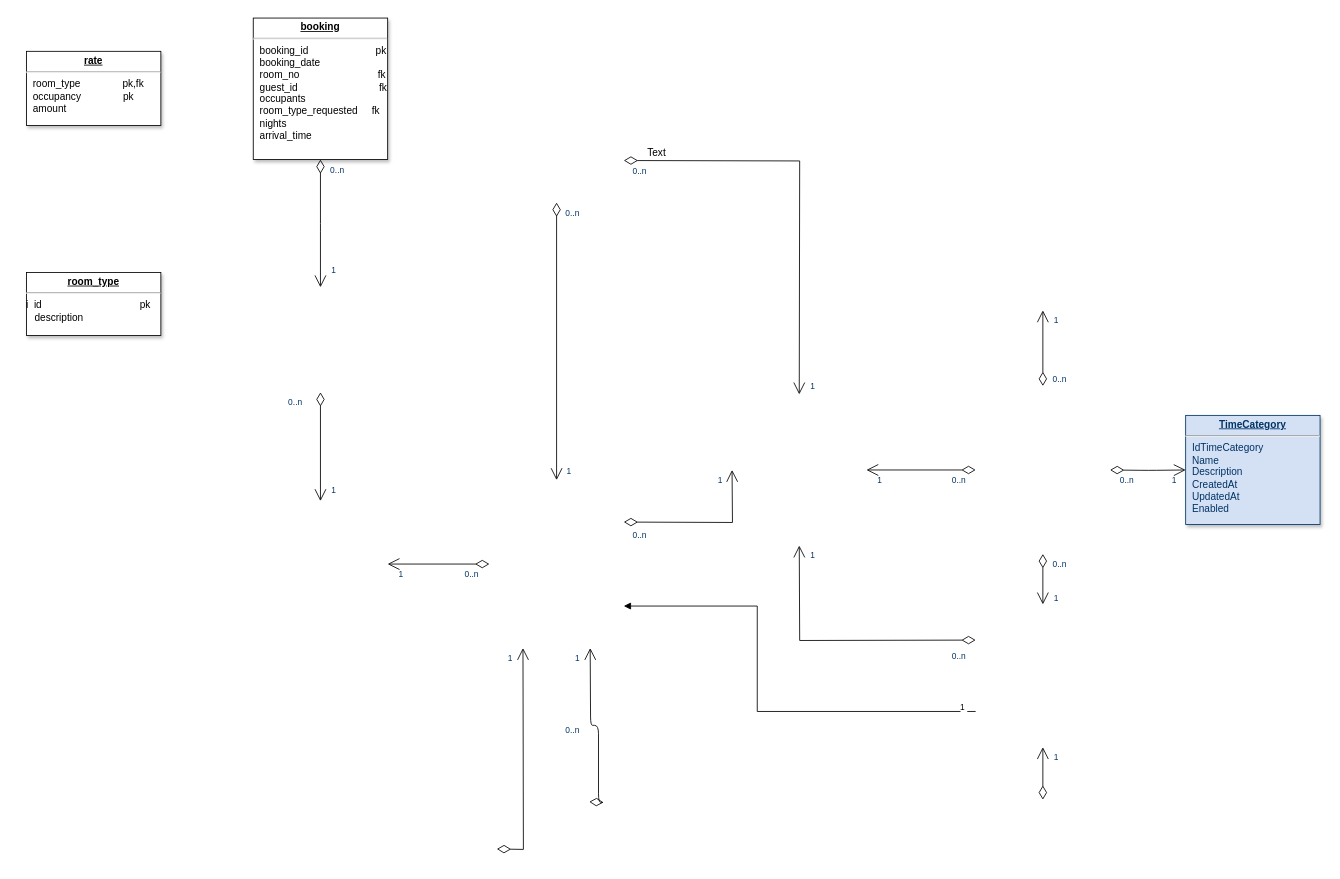
ISPaton/napierdataengineering keeps this draw.io diagram as assignment.drawio. Above is the earlier version. Source tidied: cells renumbered, new cells numbered last; positions are measured from the earlier drawing's top-left corner, leaving out a move shared by most shapes. Both pictures are drawn from the tidied source at 84%, with x=0, y=0 at pixel (26, 18).
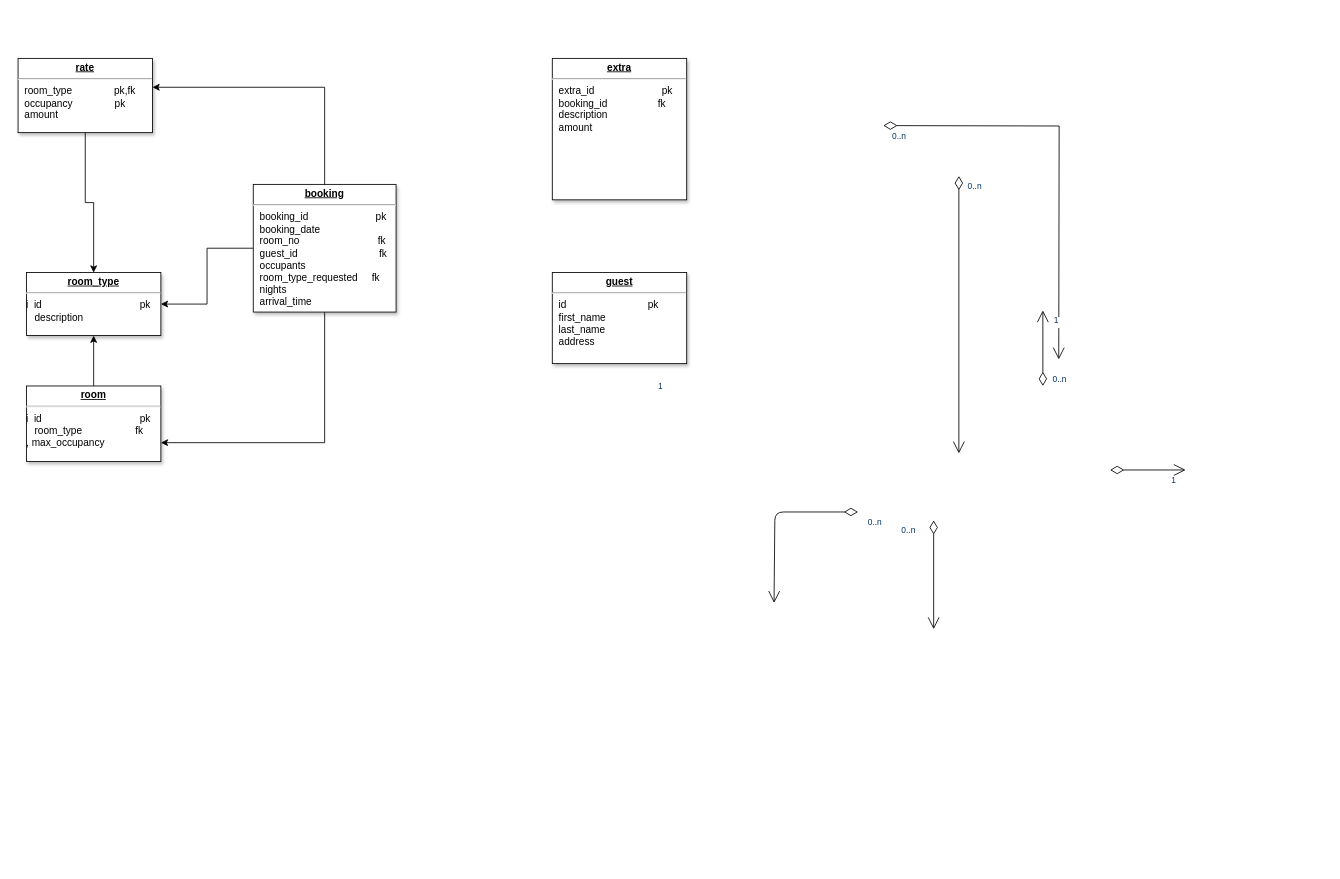
After the change.

Unchanged cells that the change refers to:
```xml
<mxCell id="3" value="&lt;p style=&quot;margin: 0px; margin-top: 4px; text-align: center; text-decoration: underline;&quot;&gt;&lt;strong&gt;room_type&lt;br&gt;&lt;/strong&gt;&lt;/p&gt;&lt;hr&gt;&lt;div&gt;i&amp;nbsp; id&amp;nbsp;&amp;nbsp;&amp;nbsp;&amp;nbsp;&amp;nbsp;&amp;nbsp;&amp;nbsp;&amp;nbsp;&amp;nbsp;&amp;nbsp;&amp;nbsp;&amp;nbsp;&amp;nbsp;&amp;nbsp;&amp;nbsp;&amp;nbsp;&amp;nbsp;&amp;nbsp;&amp;nbsp;&amp;nbsp;&amp;nbsp;&amp;nbsp;&amp;nbsp;&amp;nbsp;&amp;nbsp;&amp;nbsp;&amp;nbsp;&amp;nbsp;&amp;nbsp;&amp;nbsp;&amp;nbsp;&amp;nbsp;&amp;nbsp;&amp;nbsp; pk&lt;br&gt;&lt;/div&gt;&lt;div&gt;&amp;nbsp;&amp;nbsp; description&lt;br&gt;&lt;/div&gt;" style="verticalAlign=top;align=left;overflow=fill;fontSize=12;fontFamily=Helvetica;html=1;shadow=1;" parent="1" vertex="1">
  <mxGeometry y="303" width="160" height="75" as="geometry" />
</mxCell>
```

What changed in the source:
```diff
@@
+    <mxCell id="49" style="edgeStyle=orthogonalEdgeStyle;rounded=0;jettySize=auto;html=1;exitX=0.5;exitY=1;exitDx=0;exitDy=0;entryX=1;entryY=0.75;entryDx=0;entryDy=0;" parent="1" edge="1" source="2" target="53">
+      <mxGeometry relative="1" as="geometry" />
+    </mxCell>
+    <mxCell id="50" style="edgeStyle=orthogonalEdgeStyle;rounded=0;jettySize=auto;html=1;" parent="1" edge="1" source="2" target="3">
+      <mxGeometry relative="1" as="geometry" />
+    </mxCell>
     <mxCell id="2" value="&lt;p style=&quot;margin: 0px; margin-top: 4px; text-align: center; text-decoration: underline;&quot;&gt;&lt;strong&gt;booking&lt;/strong&gt;&lt;/p&gt;&lt;hr&gt;&lt;p style=&quot;margin: 0px; margin-left: 8px;&quot;&gt;booking_id&amp;nbsp;&amp;nbsp;&amp;nbsp;&amp;nbsp;&amp;nbsp;&amp;nbsp;&amp;nbsp;&amp;nbsp;&amp;nbsp;&amp;nbsp;&amp;nbsp; &amp;nbsp; &amp;nbsp; &amp;nbsp; &amp;nbsp; &amp;nbsp; &amp;nbsp; pk&lt;br&gt;booking_date&lt;br&gt;&lt;/p&gt;&lt;p style=&quot;margin: 0px; margin-left: 8px;&quot;&gt;room_no&amp;nbsp;&amp;nbsp;&amp;nbsp;&amp;nbsp;&amp;nbsp;&amp;nbsp;&amp;nbsp;&amp;nbsp;&amp;nbsp;&amp;nbsp; &amp;nbsp; &amp;nbsp; &amp;nbsp; &amp;nbsp; &amp;nbsp; &amp;nbsp;&amp;nbsp; &amp;nbsp;&amp;nbsp;&amp;nbsp; fk&lt;br&gt;&lt;/p&gt;&lt;p style=&quot;margin: 0px; margin-left: 8px;&quot;&gt;guest_id&amp;nbsp;&amp;nbsp;&amp;nbsp;&amp;nbsp;&amp;nbsp;&amp;nbsp;&amp;nbsp;&amp;nbsp;&amp;nbsp;&amp;nbsp;&amp;nbsp;&amp;nbsp;&amp;nbsp; &amp;nbsp; &amp;nbsp; &amp;nbsp; &amp;nbsp; &amp;nbsp; &amp;nbsp; &amp;nbsp;&amp;nbsp; fk&lt;br&gt;&lt;/p&gt;&lt;p style=&quot;margin: 0px; margin-left: 8px;&quot;&gt;occupants&lt;/p&gt;&lt;p style=&quot;margin: 0px; margin-left: 8px;&quot;&gt;room_type_requested&amp;nbsp;&amp;nbsp; &amp;nbsp; fk&lt;br&gt;&lt;/p&gt;&lt;p style=&quot;margin: 0px; margin-left: 8px;&quot;&gt;nights&lt;/p&gt;&lt;p style=&quot;margin: 0px; margin-left: 8px;&quot;&gt;arrival_time&lt;br&gt;&lt;/p&gt;" style="verticalAlign=top;align=left;overflow=fill;fontSize=12;fontFamily=Helvetica;html=1;shadow=1;" parent="1" vertex="1">
-      <mxGeometry x="270" width="160" height="168.4" as="geometry" />
+      <mxGeometry x="270" y="198" width="170" height="152" as="geometry" />
     </mxCell>
@@
+    <mxCell id="51" style="edgeStyle=orthogonalEdgeStyle;rounded=0;jettySize=auto;html=1;exitX=0.5;exitY=1;exitDx=0;exitDy=0;entryX=0.5;entryY=0;entryDx=0;entryDy=0;" parent="1" edge="1" source="4" target="3">
+      <mxGeometry relative="1" as="geometry" />
+    </mxCell>
     <mxCell id="4" value="&lt;p style=&quot;margin: 0px; margin-top: 4px; text-align: center; text-decoration: underline;&quot;&gt;&lt;strong&gt;rate&lt;br&gt;&lt;/strong&gt;&lt;/p&gt;&lt;hr&gt;&lt;p style=&quot;margin: 0px; margin-left: 8px;&quot;&gt;room_type&amp;nbsp;&amp;nbsp;&amp;nbsp;&amp;nbsp;&amp;nbsp;&amp;nbsp;&amp;nbsp;&amp;nbsp;&amp;nbsp;&amp;nbsp;&amp;nbsp;&amp;nbsp;&amp;nbsp;&amp;nbsp; pk,fk&lt;br&gt;&lt;/p&gt;&lt;p style=&quot;margin: 0px; margin-left: 8px;&quot;&gt;occupancy&amp;nbsp;&amp;nbsp;&amp;nbsp;&amp;nbsp;&amp;nbsp;&amp;nbsp;&amp;nbsp;&amp;nbsp;&amp;nbsp;&amp;nbsp;&amp;nbsp;&amp;nbsp;&amp;nbsp;&amp;nbsp; pk&lt;br&gt;&lt;/p&gt;&lt;p style=&quot;margin: 0px; margin-left: 8px;&quot;&gt;amount&amp;nbsp;&amp;nbsp;&amp;nbsp;&amp;nbsp;&amp;nbsp;&amp;nbsp;&amp;nbsp; &lt;span style=&quot;white-space: pre;&quot;&gt;&#9;&lt;/span&gt;&lt;/p&gt;" style="verticalAlign=top;align=left;overflow=fill;fontSize=12;fontFamily=Helvetica;html=1;shadow=1;" parent="1" vertex="1">
-      <mxGeometry y="39.6" width="160" height="88.4" as="geometry" />
+      <mxGeometry x="-10" y="48" width="160" height="88.4" as="geometry" />
     </mxCell>
-    <mxCell id="5" value="&lt;p style=&quot;margin: 0px; margin-top: 4px; text-align: center; text-decoration: underline;&quot;&gt;&lt;strong&gt;TimeCategory&lt;/strong&gt;&lt;/p&gt;&lt;hr /&gt;&lt;p style=&quot;margin: 0px; margin-left: 8px;&quot;&gt;IdTimeCategory&lt;/p&gt;&lt;p style=&quot;margin: 0px; margin-left: 8px;&quot;&gt;Name&lt;/p&gt;&lt;p style=&quot;margin: 0px; margin-left: 8px;&quot;&gt;Description&lt;/p&gt;&lt;p style=&quot;margin: 0px; margin-left: 8px;&quot;&gt;CreatedAt&lt;/p&gt;&lt;p style=&quot;margin: 0px; margin-left: 8px;&quot;&gt;UpdatedAt&lt;/p&gt;&lt;p style=&quot;margin: 0px; margin-left: 8px;&quot;&gt;Enabled&lt;/p&gt;" style="verticalAlign=top;align=left;overflow=fill;fontSize=12;fontFamily=Helvetica;html=1;strokeColor=#003366;shadow=1;fillColor=#D4E1F5;fontColor=#003366;" parent="1" vertex="1">
-      <mxGeometry x="1380" y="473" width="160" height="130" as="geometry" />
-    </mxCell>
-    <mxCell id="6" style="endArrow=open;endSize=12;startArrow=diamondThin;startSize=14;startFill=0;edgeStyle=orthogonalEdgeStyle;" parent="1" edge="1" source="2">
+    <mxCell id="6" style="endArrow=open;endSize=12;startArrow=diamondThin;startSize=14;startFill=0;edgeStyle=orthogonalEdgeStyle;" parent="1" edge="1">
       <mxGeometry y="160" as="geometry">
-        <mxPoint x="350" y="320.5" as="targetPoint" />
+        <mxPoint x="990" y="588" as="sourcePoint" />
+        <mxPoint x="890" y="696.3" as="targetPoint" />
+        <Array as="points">
+          <mxPoint x="891" y="587.8" />
+        </Array>
       </mxGeometry>
     </mxCell>
@@
-    <mxCell id="8" value="1" style="align=right;verticalAlign=top;labelBackgroundColor=#ffffff;fontSize=10;strokeColor=#003366;shadow=1;fillColor=#D4E1F5;fontColor=#003366;" parent="6" vertex="1">
-      <mxGeometry x="1" relative="1" as="geometry">
-        <mxPoint x="590" y="105" as="offset" />
-      </mxGeometry>
-    </mxCell>
     <mxCell id="9" style="endArrow=open;endSize=12;startArrow=diamondThin;startSize=14;startFill=0;edgeStyle=orthogonalEdgeStyle;rounded=0;" parent="1" edge="1">
       <mxGeometry x="519.4" y="180" as="geometry">
-        <mxPoint x="711.1" y="169.6" as="sourcePoint" />
-        <mxPoint x="920" y="448" as="targetPoint" />
+        <mxPoint x="1020" y="128" as="sourcePoint" />
+        <mxPoint x="1228.9" y="406.4" as="targetPoint" />
       </mxGeometry>
     </mxCell>
@@
     <mxCell id="11" value="1" style="align=right;verticalAlign=top;labelBackgroundColor=#ffffff;fontSize=10;strokeColor=#003366;shadow=1;fillColor=#D4E1F5;fontColor=#003366;" parent="9" vertex="1">
       <mxGeometry x="1" relative="1" as="geometry">
-        <mxPoint x="-550" y="-160" as="offset" />
+        <mxPoint x="-470" y="20" as="offset" />
       </mxGeometry>
     </mxCell>
-    <mxCell id="12" style="endArrow=open;endSize=12;startArrow=diamondThin;startSize=14;startFill=0;edgeStyle=orthogonalEdgeStyle;exitX=1;exitY=0.25;rounded=0;" parent="1" edge="1">
-      <mxGeometry x="769.4" y="450" as="geometry">
-        <mxPoint x="711.1" y="600" as="sourcePoint" />
-        <mxPoint x="840" y="538" as="targetPoint" />
-      </mxGeometry>
-    </mxCell>
-    <mxCell id="13" value="0..n" style="align=left;verticalAlign=top;labelBackgroundColor=#ffffff;fontSize=10;strokeColor=#003366;shadow=1;fillColor=#D4E1F5;fontColor=#003366;" parent="12" vertex="1">
-      <mxGeometry x="-1" relative="1" as="geometry">
-        <mxPoint x="8.9" y="3" as="offset" />
-      </mxGeometry>
-    </mxCell>
-    <mxCell id="14" value="1" style="align=right;verticalAlign=top;labelBackgroundColor=#ffffff;fontSize=10;strokeColor=#003366;shadow=1;fillColor=#D4E1F5;fontColor=#003366;" parent="12" vertex="1">
-      <mxGeometry x="1" relative="1" as="geometry">
-        <mxPoint x="-10" as="offset" />
-      </mxGeometry>
-    </mxCell>
     <mxCell id="15" style="endArrow=open;endSize=12;startArrow=diamondThin;startSize=14;startFill=0;edgeStyle=orthogonalEdgeStyle;" parent="1" edge="1">
       <mxGeometry x="389.4" y="350" as="geometry">
-        <mxPoint x="631.1" y="219.6" as="sourcePoint" />
-        <mxPoint x="631.1" y="550" as="targetPoint" />
+        <mxPoint x="1110" y="188" as="sourcePoint" />
+        <mxPoint x="1110" y="518.3" as="targetPoint" />
       </mxGeometry>
     </mxCell>
@@
-    <mxCell id="17" value="1" style="align=right;verticalAlign=top;labelBackgroundColor=#ffffff;fontSize=10;strokeColor=#003366;shadow=1;fillColor=#D4E1F5;fontColor=#003366;" parent="15" vertex="1">
-      <mxGeometry x="1" relative="1" as="geometry">
-        <mxPoint x="18.9" y="-22" as="offset" />
-      </mxGeometry>
-    </mxCell>
-    <mxCell id="18" style="endArrow=open;endSize=12;startArrow=diamondThin;startSize=14;startFill=0;edgeStyle=orthogonalEdgeStyle;exitX=0;exitY=0.25;rounded=0;" parent="1" edge="1">
-      <mxGeometry x="1209.4" y="170" as="geometry">
-        <mxPoint x="1130" y="740.5" as="sourcePoint" />
-        <mxPoint x="920" y="628" as="targetPoint" />
-      </mxGeometry>
-    </mxCell>
-    <mxCell id="19" value="0..n" style="align=left;verticalAlign=top;labelBackgroundColor=#ffffff;fontSize=10;strokeColor=#003366;shadow=1;fillColor=#D4E1F5;fontColor=#003366;" parent="18" vertex="1">
-      <mxGeometry x="-1" relative="1" as="geometry">
-        <mxPoint x="-30" y="7.5" as="offset" />
-      </mxGeometry>
-    </mxCell>
-    <mxCell id="20" value="1" style="align=right;verticalAlign=top;labelBackgroundColor=#ffffff;fontSize=10;strokeColor=#003366;shadow=1;fillColor=#D4E1F5;fontColor=#003366;" parent="18" vertex="1">
-      <mxGeometry x="1" relative="1" as="geometry">
-        <mxPoint x="20" as="offset" />
-      </mxGeometry>
-    </mxCell>
-    <mxCell id="21" style="endArrow=open;endSize=12;startArrow=diamondThin;startSize=14;startFill=0;edgeStyle=orthogonalEdgeStyle;" parent="1" edge="1">
-      <mxGeometry x="1269.4" y="180" as="geometry">
-        <mxPoint x="1210" y="638" as="sourcePoint" />
-        <mxPoint x="1210" y="698" as="targetPoint" />
-      </mxGeometry>
-    </mxCell>
-    <mxCell id="22" value="0..n" style="align=left;verticalAlign=top;labelBackgroundColor=#ffffff;fontSize=10;strokeColor=#003366;shadow=1;fillColor=#D4E1F5;fontColor=#003366;" parent="21" vertex="1">
-      <mxGeometry x="-1" relative="1" as="geometry">
-        <mxPoint x="10" as="offset" />
-      </mxGeometry>
-    </mxCell>
-    <mxCell id="23" value="1" style="align=right;verticalAlign=top;labelBackgroundColor=#ffffff;fontSize=10;strokeColor=#003366;shadow=1;fillColor=#D4E1F5;fontColor=#003366;" parent="21" vertex="1">
-      <mxGeometry x="1" relative="1" as="geometry">
-        <mxPoint x="20" y="-20" as="offset" />
-      </mxGeometry>
-    </mxCell>
-    <mxCell id="24" style="endArrow=open;endSize=12;startArrow=diamondThin;startSize=14;startFill=0;edgeStyle=orthogonalEdgeStyle;entryX=0.75;entryY=1;" parent="1" edge="1">
-      <mxGeometry x="479.4" y="790" as="geometry">
-        <mxPoint x="670" y="933" as="sourcePoint" />
-        <mxPoint x="671.1" y="750" as="targetPoint" />
-      </mxGeometry>
-    </mxCell>
-    <mxCell id="25" value="0..n" style="align=left;verticalAlign=top;labelBackgroundColor=#ffffff;fontSize=10;strokeColor=#003366;shadow=1;fillColor=#D4E1F5;fontColor=#003366;" parent="24" vertex="1">
-      <mxGeometry x="-1" relative="1" as="geometry">
-        <mxPoint x="-30" y="-97.5" as="offset" />
-      </mxGeometry>
-    </mxCell>
-    <mxCell id="26" value="1" style="align=right;verticalAlign=top;labelBackgroundColor=#ffffff;fontSize=10;strokeColor=#003366;shadow=1;fillColor=#D4E1F5;fontColor=#003366;" parent="24" vertex="1">
-      <mxGeometry x="1" relative="1" as="geometry">
-        <mxPoint x="-11.1" as="offset" />
-      </mxGeometry>
-    </mxCell>
-    <mxCell id="27" style="endArrow=open;endSize=12;startArrow=diamondThin;startSize=14;startFill=0;edgeStyle=orthogonalEdgeStyle;entryX=0.25;entryY=1;rounded=0;" parent="1" edge="1">
-      <mxGeometry x="419.4" y="820" as="geometry">
-        <mxPoint x="560" y="989.2" as="sourcePoint" />
-        <mxPoint x="591.1" y="750" as="targetPoint" />
-      </mxGeometry>
-    </mxCell>
-    <mxCell id="28" value="1" style="align=right;verticalAlign=top;labelBackgroundColor=#ffffff;fontSize=10;strokeColor=#003366;shadow=1;fillColor=#D4E1F5;fontColor=#003366;" parent="27" vertex="1">
-      <mxGeometry x="1" relative="1" as="geometry">
-        <mxPoint x="-11.1" as="offset" />
-      </mxGeometry>
-    </mxCell>
-    <mxCell id="29" style="endArrow=open;endSize=12;startArrow=diamondThin;startSize=14;startFill=0;edgeStyle=orthogonalEdgeStyle;" parent="1" edge="1">
-      <mxGeometry x="1079.4" y="560" as="geometry">
-        <mxPoint x="1210" y="930.5" as="sourcePoint" />
-        <mxPoint x="1210" y="868" as="targetPoint" />
-      </mxGeometry>
-    </mxCell>
-    <mxCell id="30" value="1" style="align=right;verticalAlign=top;labelBackgroundColor=#ffffff;fontSize=10;strokeColor=#003366;shadow=1;fillColor=#D4E1F5;fontColor=#003366;" parent="29" vertex="1">
-      <mxGeometry x="1" relative="1" as="geometry">
-        <mxPoint x="20" as="offset" />
-      </mxGeometry>
-    </mxCell>
-    <mxCell id="31" style="endArrow=open;endSize=12;startArrow=diamondThin;startSize=14;startFill=0;edgeStyle=orthogonalEdgeStyle;" parent="1" edge="1" target="5">
+    <mxCell id="31" style="endArrow=open;endSize=12;startArrow=diamondThin;startSize=14;startFill=0;edgeStyle=orthogonalEdgeStyle;" parent="1" edge="1">
       <mxGeometry x="1309.4" y="540" as="geometry">
         <mxPoint x="1290" y="538" as="sourcePoint" />
+        <mxPoint x="1380" y="538" as="targetPoint" />
       </mxGeometry>
     </mxCell>
-    <mxCell id="32" value="0..n" style="align=left;verticalAlign=top;labelBackgroundColor=#ffffff;fontSize=10;strokeColor=#003366;shadow=1;fillColor=#D4E1F5;fontColor=#003366;" parent="31" vertex="1">
-      <mxGeometry x="-1" relative="1" as="geometry">
-        <mxPoint x="10" as="offset" />
-      </mxGeometry>
-    </mxCell>
@@
-    <mxCell id="37" style="endArrow=open;endSize=12;startArrow=diamondThin;startSize=14;startFill=0;edgeStyle=orthogonalEdgeStyle;" parent="1" edge="1">
-      <mxGeometry x="1389.4" y="130" as="geometry">
-        <mxPoint x="1130" y="538" as="sourcePoint" />
-        <mxPoint x="1000" y="538" as="targetPoint" />
-      </mxGeometry>
-    </mxCell>
-    <mxCell id="38" value="0..n" style="align=left;verticalAlign=top;labelBackgroundColor=#ffffff;fontSize=10;strokeColor=#003366;shadow=1;fillColor=#D4E1F5;fontColor=#003366;" parent="37" vertex="1">
-      <mxGeometry x="-1" relative="1" as="geometry">
-        <mxPoint x="-30" as="offset" />
-      </mxGeometry>
-    </mxCell>
-    <mxCell id="39" value="1" style="align=right;verticalAlign=top;labelBackgroundColor=#ffffff;fontSize=10;strokeColor=#003366;shadow=1;fillColor=#D4E1F5;fontColor=#003366;" parent="37" vertex="1">
-      <mxGeometry x="1" relative="1" as="geometry">
-        <mxPoint x="20" as="offset" />
-      </mxGeometry>
-    </mxCell>
     <mxCell id="40" style="endArrow=open;endSize=12;startArrow=diamondThin;startSize=14;startFill=0;edgeStyle=orthogonalEdgeStyle;" parent="1" edge="1">
       <mxGeometry x="519.4" y="200" as="geometry">
-        <mxPoint x="350" y="445.5" as="sourcePoint" />
-        <mxPoint x="350" y="575" as="targetPoint" />
+        <mxPoint x="1080" y="598" as="sourcePoint" />
+        <mxPoint x="1080" y="727.5" as="targetPoint" />
       </mxGeometry>
     </mxCell>
@@
-    <mxCell id="42" value="1" style="align=right;verticalAlign=top;labelBackgroundColor=#ffffff;fontSize=10;strokeColor=#003366;shadow=1;fillColor=#D4E1F5;fontColor=#003366;" parent="40" vertex="1">
-      <mxGeometry x="1" relative="1" as="geometry">
-        <mxPoint x="20" y="-25" as="offset" />
-      </mxGeometry>
-    </mxCell>
-    <mxCell id="43" style="endArrow=open;endSize=12;startArrow=diamondThin;startSize=14;startFill=0;edgeStyle=orthogonalEdgeStyle;" parent="1" edge="1">
-      <mxGeometry x="369.4" y="360" as="geometry">
-        <mxPoint x="551.1" y="650" as="sourcePoint" />
-        <mxPoint x="430" y="650" as="targetPoint" />
-      </mxGeometry>
-    </mxCell>
-    <mxCell id="44" value="0..n" style="align=left;verticalAlign=top;labelBackgroundColor=#ffffff;fontSize=10;strokeColor=#003366;shadow=1;fillColor=#D4E1F5;fontColor=#003366;" parent="43" vertex="1">
-      <mxGeometry x="-1" relative="1" as="geometry">
-        <mxPoint x="-31.1" as="offset" />
-      </mxGeometry>
-    </mxCell>
-    <mxCell id="45" value="1" style="align=right;verticalAlign=top;labelBackgroundColor=#ffffff;fontSize=10;strokeColor=#003366;shadow=1;fillColor=#D4E1F5;fontColor=#003366;" parent="43" vertex="1">
-      <mxGeometry x="1" relative="1" as="geometry">
-        <mxPoint x="20" as="offset" />
-      </mxGeometry>
-    </mxCell>
-    <mxCell id="46" style="endArrow=block;endFill=1;edgeStyle=orthogonalEdgeStyle;align=left;verticalAlign=top;entryX=1;entryY=0.75;exitX=0;exitY=0.75;rounded=0;" parent="1" edge="1">
-      <mxGeometry x="-1" relative="1" as="geometry">
-        <mxPoint x="1130" y="825.5" as="sourcePoint" />
-        <mxPoint x="711.1" y="700" as="targetPoint" />
-        <Array as="points">
-          <mxPoint x="870" y="826" />
-          <mxPoint x="870" y="700" />
-        </Array>
-      </mxGeometry>
-    </mxCell>
-    <mxCell id="47" value="1" style="align=left;verticalAlign=bottom;labelBackgroundColor=#ffffff;fontSize=10;" parent="46" vertex="1">
-      <mxGeometry x="-1" relative="1" as="geometry">
-        <mxPoint x="-20" y="2.5" as="offset" />
-      </mxGeometry>
-    </mxCell>
-    <mxCell id="48" value="Text" style="text;html=1;align=center;verticalAlign=middle;strokeColor=none;fillColor=none;" parent="1" vertex="1">
-      <mxGeometry x="730" y="146" width="40" height="30" as="geometry" />
-    </mxCell>
+    <mxCell id="52" style="edgeStyle=orthogonalEdgeStyle;rounded=0;jettySize=auto;html=1;exitX=0.5;exitY=0;exitDx=0;exitDy=0;" parent="1" edge="1" source="53" target="3">
+      <mxGeometry relative="1" as="geometry" />
+    </mxCell>
+    <mxCell id="53" value="&lt;p style=&quot;margin: 0px; margin-top: 4px; text-align: center; text-decoration: underline;&quot;&gt;&lt;strong&gt;room&lt;br&gt;&lt;/strong&gt;&lt;/p&gt;&lt;hr&gt;&lt;div&gt;i&amp;nbsp; id&amp;nbsp;&amp;nbsp;&amp;nbsp;&amp;nbsp;&amp;nbsp;&amp;nbsp;&amp;nbsp;&amp;nbsp;&amp;nbsp;&amp;nbsp;&amp;nbsp;&amp;nbsp;&amp;nbsp;&amp;nbsp;&amp;nbsp;&amp;nbsp;&amp;nbsp;&amp;nbsp;&amp;nbsp;&amp;nbsp;&amp;nbsp;&amp;nbsp;&amp;nbsp;&amp;nbsp;&amp;nbsp;&amp;nbsp;&amp;nbsp;&amp;nbsp;&amp;nbsp;&amp;nbsp;&amp;nbsp;&amp;nbsp;&amp;nbsp;&amp;nbsp; pk&lt;br&gt;&lt;/div&gt;&lt;div&gt;&amp;nbsp;&amp;nbsp; room_type&amp;nbsp;&amp;nbsp;&amp;nbsp;&amp;nbsp;&amp;nbsp;&amp;nbsp;&amp;nbsp;&amp;nbsp;&amp;nbsp;&amp;nbsp;&amp;nbsp;&amp;nbsp;&amp;nbsp;&amp;nbsp;&amp;nbsp;&amp;nbsp;&amp;nbsp;&amp;nbsp; fk&lt;/div&gt;&lt;div&gt;, max_occupancy&lt;br&gt;&lt;/div&gt;" style="verticalAlign=top;align=left;overflow=fill;fontSize=12;fontFamily=Helvetica;html=1;shadow=1;" parent="1" vertex="1">
+      <mxGeometry y="438" width="160" height="90" as="geometry" />
+    </mxCell>
+    <mxCell id="54" value="&lt;p style=&quot;margin: 0px; margin-top: 4px; text-align: center; text-decoration: underline;&quot;&gt;&lt;strong&gt;extra&lt;br&gt;&lt;/strong&gt;&lt;/p&gt;&lt;hr&gt;&lt;p style=&quot;margin: 0px; margin-left: 8px;&quot;&gt;extra_id&amp;nbsp;&amp;nbsp;&amp;nbsp;&amp;nbsp;&amp;nbsp;&amp;nbsp;&amp;nbsp;&amp;nbsp;&amp;nbsp;&amp;nbsp;&amp;nbsp; &amp;nbsp; &amp;nbsp; &amp;nbsp; &amp;nbsp; &amp;nbsp; &amp;nbsp; pk&lt;br&gt;booking_id&amp;nbsp;&amp;nbsp;&amp;nbsp;&amp;nbsp;&amp;nbsp;&amp;nbsp;&amp;nbsp;&amp;nbsp;&amp;nbsp;&amp;nbsp;&amp;nbsp;&amp;nbsp;&amp;nbsp;&amp;nbsp;&amp;nbsp;&amp;nbsp;&amp;nbsp; fk&lt;br&gt;&lt;/p&gt;&lt;p style=&quot;margin: 0px; margin-left: 8px;&quot;&gt;description&lt;/p&gt;&lt;p style=&quot;margin: 0px; margin-left: 8px;&quot;&gt;amount&lt;br&gt;&lt;/p&gt;" style="verticalAlign=top;align=left;overflow=fill;fontSize=12;fontFamily=Helvetica;html=1;shadow=1;" parent="1" vertex="1">
+      <mxGeometry x="626" y="48" width="160" height="168.4" as="geometry" />
+    </mxCell>
+    <mxCell id="55" value="&lt;p style=&quot;margin: 0px; margin-top: 4px; text-align: center; text-decoration: underline;&quot;&gt;&lt;strong&gt;guest&lt;br&gt;&lt;/strong&gt;&lt;/p&gt;&lt;hr&gt;&lt;p style=&quot;margin: 0px; margin-left: 8px;&quot;&gt;id &amp;nbsp;&amp;nbsp;&amp;nbsp; &amp;nbsp; &amp;nbsp; &amp;nbsp; &amp;nbsp; &amp;nbsp; &amp;nbsp;&amp;nbsp;&amp;nbsp;&amp;nbsp;&amp;nbsp;&amp;nbsp;&amp;nbsp;&amp;nbsp;&amp;nbsp;&amp;nbsp;&amp;nbsp;&amp;nbsp;&amp;nbsp; pk&lt;br&gt;first_name&lt;/p&gt;&lt;p style=&quot;margin: 0px; margin-left: 8px;&quot;&gt;last_name&lt;/p&gt;&lt;p style=&quot;margin: 0px; margin-left: 8px;&quot;&gt;address&lt;br&gt;&lt;/p&gt;" style="verticalAlign=top;align=left;overflow=fill;fontSize=12;fontFamily=Helvetica;html=1;shadow=1;" parent="1" vertex="1">
+      <mxGeometry x="626" y="303" width="160" height="108.4" as="geometry" />
+    </mxCell>
+    <mxCell id="56" style="edgeStyle=orthogonalEdgeStyle;rounded=0;jettySize=auto;html=1;exitX=0.5;exitY=0;exitDx=0;exitDy=0;entryX=1;entryY=0.389;entryDx=0;entryDy=0;entryPerimeter=0;" parent="1" edge="1" source="2" target="4">
+      <mxGeometry relative="1" as="geometry" />
+    </mxCell>
```
